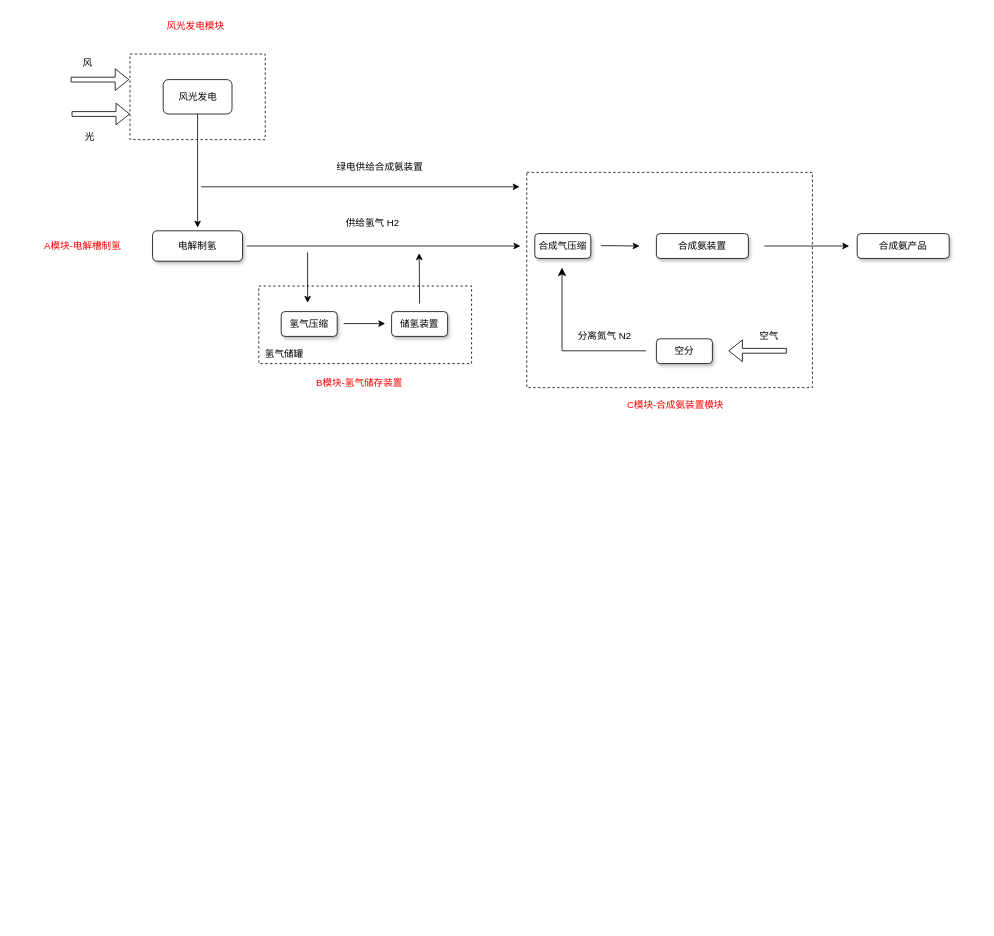
happycodejs/draw.io keeps this draw.io diagram as 绿氨生产.drawio. Above is the earlier version. Source tidied: cells renumbered, new cells numbered last; positions are measured from the earlier drawing's top-left corner, leaving out a move shared by most shapes. Both pictures are drawn from the tidied source at 80%, with x=0, y=0 at pixel (13, 14).
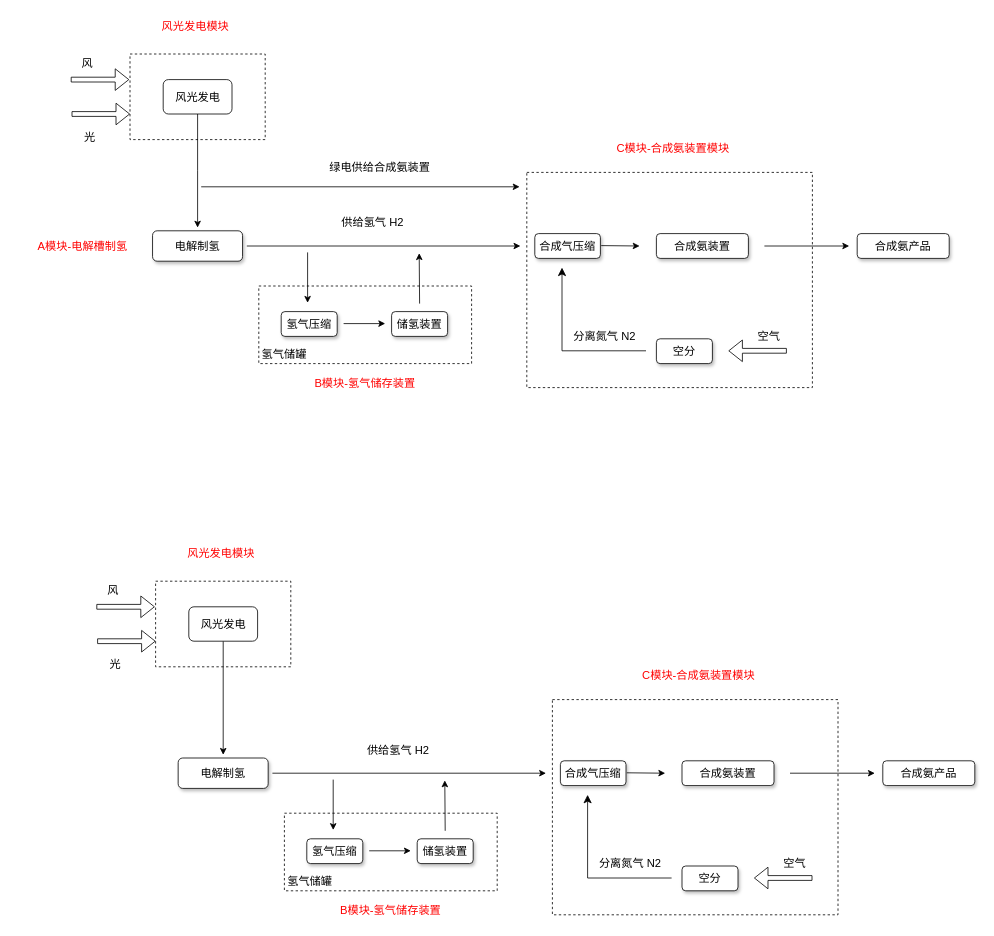
The same diagram, later.

Commit message (it also covers changes not shown here):
更新绿氨生产.drawio

Diff of the diagram source:
```diff
@@
-    <mxCell id="2" style="rounded=0;whiteSpace=wrap;html=1;fillColor=none;dashed=1;" parent="1" vertex="1">
+    <mxCell id="2" style="rounded=0;whiteSpace=wrap;html=1;fillColor=none;dashed=1;fontSize=14;" parent="1" vertex="1">
       <mxGeometry x="642" y="198" width="357" height="269" as="geometry" />
     </mxCell>
-    <mxCell id="3" style="rounded=0;whiteSpace=wrap;html=1;fillColor=none;dashed=1;" parent="1" vertex="1">
+    <mxCell id="3" style="rounded=0;whiteSpace=wrap;html=1;fillColor=none;dashed=1;fontSize=14;" parent="1" vertex="1">
       <mxGeometry x="307" y="340" width="266" height="97" as="geometry" />
     </mxCell>
-    <mxCell id="4" style="rounded=0;whiteSpace=wrap;html=1;fillColor=none;dashed=1;" parent="1" vertex="1">
+    <mxCell id="4" style="rounded=0;whiteSpace=wrap;html=1;fillColor=none;dashed=1;fontSize=14;" parent="1" vertex="1">
       <mxGeometry x="146" y="50" width="169" height="107" as="geometry" />
     </mxCell>
-    <mxCell id="5" style="edgeStyle=orthogonalEdgeStyle;rounded=0;jettySize=auto;html=1;" parent="1" edge="1" source="6">
+    <mxCell id="5" style="edgeStyle=orthogonalEdgeStyle;rounded=0;jettySize=auto;html=1;fontSize=14;" parent="1" edge="1" source="6">
       <mxGeometry relative="1" as="geometry">
         <mxPoint x="230.5" y="267" as="targetPoint" />
       </mxGeometry>
     </mxCell>
-    <mxCell id="6" value="风光发电" style="rounded=1;whiteSpace=wrap;html=1;" parent="1" vertex="1">
+    <mxCell id="6" value="风光发电" style="rounded=1;whiteSpace=wrap;html=1;fontSize=14;" parent="1" vertex="1">
       <mxGeometry x="187.5" y="82" width="86" height="43" as="geometry" />
     </mxCell>
-    <mxCell id="7" style="shape=flexArrow;endArrow=classic;html=1;rounded=0;width=6;endSize=5.33;" parent="1" edge="1">
+    <mxCell id="7" style="shape=flexArrow;endArrow=classic;html=1;rounded=0;width=6;endSize=5.33;fontSize=14;" parent="1" edge="1">
       <mxGeometry relative="1" as="geometry">
         <mxPoint x="72" y="82" as="sourcePoint" />
         <mxPoint x="145" y="82" as="targetPoint" />
       </mxGeometry>
     </mxCell>
-    <mxCell id="8" value="风" style="text;html=1;align=center;verticalAlign=middle;whiteSpace=wrap;rounded=0;" parent="1" vertex="1">
+    <mxCell id="8" value="风" style="text;html=1;align=center;verticalAlign=middle;whiteSpace=wrap;rounded=0;fontSize=14;" parent="1" vertex="1">
       <mxGeometry x="63" y="47" width="60" height="30" as="geometry" />
     </mxCell>
-    <mxCell id="9" style="shape=flexArrow;endArrow=classic;html=1;rounded=0;width=6;endSize=5.33;" parent="1" edge="1">
+    <mxCell id="9" style="shape=flexArrow;endArrow=classic;html=1;rounded=0;width=6;endSize=5.33;fontSize=14;" parent="1" edge="1">
       <mxGeometry relative="1" as="geometry">
         <mxPoint x="73" y="125" as="sourcePoint" />
         <mxPoint x="146" y="125" as="targetPoint" />
       </mxGeometry>
     </mxCell>
-    <mxCell id="10" value="光" style="text;html=1;align=center;verticalAlign=middle;whiteSpace=wrap;rounded=0;" parent="1" vertex="1">
+    <mxCell id="10" value="光" style="text;html=1;align=center;verticalAlign=middle;whiteSpace=wrap;rounded=0;fontSize=14;" parent="1" vertex="1">
       <mxGeometry x="66" y="139" width="60" height="30" as="geometry" />
     </mxCell>
-    <mxCell id="11" value="电解制氢" style="rounded=1;whiteSpace=wrap;html=1;shadow=1;" parent="1" vertex="1">
+    <mxCell id="11" value="电解制氢" style="rounded=1;whiteSpace=wrap;html=1;shadow=1;fontSize=14;" parent="1" vertex="1">
       <mxGeometry x="174.2" y="271" width="112.5" height="38" as="geometry" />
     </mxCell>
-    <mxCell id="12" style="endArrow=classic;html=1;rounded=0;" parent="1" edge="1">
+    <mxCell id="12" style="endArrow=classic;html=1;rounded=0;fontSize=14;" parent="1" edge="1">
       <mxGeometry relative="1" as="geometry">
         <mxPoint x="292" y="290" as="sourcePoint" />
         <mxPoint x="634" y="290" as="targetPoint" />
       </mxGeometry>
     </mxCell>
-    <mxCell id="13" style="endArrow=classic;html=1;rounded=0;" parent="1" edge="1">
+    <mxCell id="13" style="endArrow=classic;html=1;rounded=0;fontSize=14;" parent="1" edge="1">
       <mxGeometry relative="1" as="geometry">
         <mxPoint x="368" y="298" as="sourcePoint" />
         <mxPoint x="368" y="361" as="targetPoint" />
       </mxGeometry>
     </mxCell>
-    <mxCell id="14" value="氢气压缩" style="rounded=1;whiteSpace=wrap;html=1;shadow=1;" parent="1" vertex="1">
+    <mxCell id="14" value="氢气压缩" style="rounded=1;whiteSpace=wrap;html=1;shadow=1;fontSize=14;" parent="1" vertex="1">
       <mxGeometry x="335" y="372" width="70" height="31" as="geometry" />
     </mxCell>
-    <mxCell id="15" value="储氢装置" style="rounded=1;whiteSpace=wrap;html=1;shadow=1;" parent="1" vertex="1">
+    <mxCell id="15" value="储氢装置" style="rounded=1;whiteSpace=wrap;html=1;shadow=1;fontSize=14;" parent="1" vertex="1">
       <mxGeometry x="473" y="372" width="70" height="31" as="geometry" />
     </mxCell>
-    <mxCell id="16" style="endArrow=classic;html=1;rounded=0;" parent="1" edge="1">
+    <mxCell id="16" style="endArrow=classic;html=1;rounded=0;fontSize=14;" parent="1" edge="1">
       <mxGeometry relative="1" as="geometry">
         <mxPoint x="413" y="387" as="sourcePoint" />
         <mxPoint x="465" y="387" as="targetPoint" />
       </mxGeometry>
     </mxCell>
-    <mxCell id="17" style="endArrow=classic;html=1;rounded=0;" parent="1" edge="1">
+    <mxCell id="17" style="endArrow=classic;html=1;rounded=0;fontSize=14;" parent="1" edge="1">
       <mxGeometry relative="1" as="geometry">
         <mxPoint x="508" y="362" as="sourcePoint" />
         <mxPoint x="507.5" y="299" as="targetPoint" />
       </mxGeometry>
     </mxCell>
-    <mxCell id="18" value="供给氢气 H2" style="text;html=1;align=center;verticalAlign=middle;whiteSpace=wrap;rounded=0;" parent="1" vertex="1">
+    <mxCell id="18" value="供给氢气 H2" style="text;html=1;align=center;verticalAlign=middle;whiteSpace=wrap;rounded=0;fontSize=14;" parent="1" vertex="1">
       <mxGeometry x="408" y="246" width="83" height="30" as="geometry" />
     </mxCell>
-    <mxCell id="19" value="氢气储罐" style="text;html=1;align=center;verticalAlign=middle;whiteSpace=wrap;rounded=0;" parent="1" vertex="1">
+    <mxCell id="19" value="氢气储罐" style="text;html=1;align=center;verticalAlign=middle;whiteSpace=wrap;rounded=0;fontSize=14;" parent="1" vertex="1">
       <mxGeometry x="309" y="410" width="60" height="30" as="geometry" />
     </mxCell>
-    <mxCell id="20" value="合成气压缩" style="rounded=1;whiteSpace=wrap;html=1;shadow=1;" parent="1" vertex="1">
-      <mxGeometry x="652" y="274.5" width="70" height="31" as="geometry" />
+    <mxCell id="20" value="合成气压缩" style="rounded=1;whiteSpace=wrap;html=1;shadow=1;fontSize=14;" parent="1" vertex="1">
+      <mxGeometry x="652" y="274.5" width="82" height="31" as="geometry" />
     </mxCell>
-    <mxCell id="21" style="endArrow=classic;html=1;rounded=0;" parent="1" edge="1">
+    <mxCell id="21" style="endArrow=classic;html=1;rounded=0;fontSize=14;" parent="1" edge="1">
       <mxGeometry relative="1" as="geometry">
         <mxPoint x="735" y="289.5" as="sourcePoint" />
         <mxPoint x="783" y="290" as="targetPoint" />
       </mxGeometry>
     </mxCell>
-    <mxCell id="22" value="合成氨装置" style="rounded=1;whiteSpace=wrap;html=1;shadow=1;" parent="1" vertex="1">
+    <mxCell id="22" value="合成氨装置" style="rounded=1;whiteSpace=wrap;html=1;shadow=1;fontSize=14;" parent="1" vertex="1">
       <mxGeometry x="804" y="274.5" width="115" height="31" as="geometry" />
     </mxCell>
-    <mxCell id="23" value="空分" style="rounded=1;whiteSpace=wrap;html=1;shadow=1;" parent="1" vertex="1">
+    <mxCell id="23" value="空分" style="rounded=1;whiteSpace=wrap;html=1;shadow=1;fontSize=14;" parent="1" vertex="1">
       <mxGeometry x="804" y="406" width="70" height="31" as="geometry" />
     </mxCell>
-    <mxCell id="24" style="shape=flexArrow;endArrow=classic;html=1;rounded=0;width=6;endSize=5.33;" parent="1" edge="1">
+    <mxCell id="24" style="shape=flexArrow;endArrow=classic;html=1;rounded=0;width=6;endSize=5.33;fontSize=14;" parent="1" edge="1">
       <mxGeometry relative="1" as="geometry">
         <mxPoint x="967" y="421" as="sourcePoint" />
         <mxPoint x="894" y="421" as="targetPoint" />
       </mxGeometry>
     </mxCell>
-    <mxCell id="25" value="空气" style="text;html=1;align=center;verticalAlign=middle;whiteSpace=wrap;rounded=0;" parent="1" vertex="1">
+    <mxCell id="25" value="空气" style="text;html=1;align=center;verticalAlign=middle;whiteSpace=wrap;rounded=0;fontSize=14;" parent="1" vertex="1">
       <mxGeometry x="915" y="388" width="60" height="30" as="geometry" />
     </mxCell>
-    <mxCell id="26" style="edgeStyle=segmentEdgeStyle;endArrow=classic;html=1;curved=0;rounded=0;endSize=8;startSize=8;" parent="1" edge="1">
+    <mxCell id="26" style="edgeStyle=segmentEdgeStyle;endArrow=classic;html=1;curved=0;rounded=0;endSize=8;startSize=8;fontSize=14;" parent="1" edge="1">
       <mxGeometry relative="1" as="geometry">
         <mxPoint x="791" y="421" as="sourcePoint" />
         <mxPoint x="686" y="317" as="targetPoint" />
       </mxGeometry>
     </mxCell>
-    <mxCell id="27" value="分离氮气 N2" style="text;html=1;align=center;verticalAlign=middle;whiteSpace=wrap;rounded=0;" parent="1" vertex="1">
+    <mxCell id="27" value="分离氮气 N2" style="text;html=1;align=center;verticalAlign=middle;whiteSpace=wrap;rounded=0;fontSize=14;" parent="1" vertex="1">
       <mxGeometry x="698" y="388" width="83" height="30" as="geometry" />
     </mxCell>
-    <mxCell id="28" style="endArrow=classic;html=1;rounded=0;" parent="1" edge="1">
+    <mxCell id="28" style="endArrow=classic;html=1;rounded=0;fontSize=14;" parent="1" edge="1">
       <mxGeometry relative="1" as="geometry">
         <mxPoint x="939" y="290" as="sourcePoint" />
         <mxPoint x="1045" y="290" as="targetPoint" />
       </mxGeometry>
     </mxCell>
-    <mxCell id="29" value="风光发电模块" style="text;html=1;align=center;verticalAlign=middle;whiteSpace=wrap;rounded=0;fontColor=#FF0000;" parent="1" vertex="1">
+    <mxCell id="29" value="风光发电模块" style="text;html=1;align=center;verticalAlign=middle;whiteSpace=wrap;rounded=0;fontColor=#FF0000;fontSize=14;" parent="1" vertex="1">
       <mxGeometry x="141" width="174" height="30" as="geometry" />
     </mxCell>
-    <mxCell id="30" style="endArrow=classic;html=1;rounded=0;" parent="1" edge="1">
+    <mxCell id="30" style="endArrow=classic;html=1;rounded=0;fontSize=14;" parent="1" edge="1">
       <mxGeometry relative="1" as="geometry">
         <mxPoint x="235" y="216" as="sourcePoint" />
         <mxPoint x="633" y="216" as="targetPoint" />
       </mxGeometry>
     </mxCell>
-    <mxCell id="31" value="绿电供给合成氨装置" style="text;html=1;align=center;verticalAlign=middle;whiteSpace=wrap;rounded=0;" parent="1" vertex="1">
+    <mxCell id="31" value="绿电供给合成氨装置" style="text;html=1;align=center;verticalAlign=middle;whiteSpace=wrap;rounded=0;fontSize=14;" parent="1" vertex="1">
       <mxGeometry x="367" y="177" width="183" height="30" as="geometry" />
     </mxCell>
-    <mxCell id="32" value="A模块-电解槽制氢" style="text;html=1;align=center;verticalAlign=middle;whiteSpace=wrap;rounded=0;fontColor=#FF0000;" parent="1" vertex="1">
+    <mxCell id="32" value="A模块-电解槽制氢" style="text;html=1;align=center;verticalAlign=middle;whiteSpace=wrap;rounded=0;fontColor=#FF0000;fontSize=14;" parent="1" vertex="1">
       <mxGeometry x="0.2" y="275" width="174" height="30" as="geometry" />
     </mxCell>
-    <mxCell id="33" value="B模块-氢气储存装置" style="text;html=1;align=center;verticalAlign=middle;whiteSpace=wrap;rounded=0;fontColor=#FF0000;" parent="1" vertex="1">
-      <mxGeometry x="346" y="447" width="174" height="30" as="geometry" />
+    <mxCell id="33" value="B模块-氢气储存装置" style="text;html=1;align=center;verticalAlign=middle;whiteSpace=wrap;rounded=0;fontColor=#FF0000;fontSize=14;" parent="1" vertex="1">
+      <mxGeometry x="353" y="447" width="174" height="30" as="geometry" />
     </mxCell>
-    <mxCell id="34" value="C模块-合成氨装置模块" style="text;html=1;align=center;verticalAlign=middle;whiteSpace=wrap;rounded=0;fontColor=#FF0000;" parent="1" vertex="1">
-      <mxGeometry x="741" y="474" width="174" height="30" as="geometry" />
+    <mxCell id="34" value="C模块-合成氨装置模块" style="text;html=1;align=center;verticalAlign=middle;whiteSpace=wrap;rounded=0;fontColor=#FF0000;fontSize=14;" parent="1" vertex="1">
+      <mxGeometry x="738" y="153" width="174" height="30" as="geometry" />
     </mxCell>
-    <mxCell id="35" value="合成氨产品" style="rounded=1;whiteSpace=wrap;html=1;shadow=1;" parent="1" vertex="1">
+    <mxCell id="35" value="合成氨产品" style="rounded=1;whiteSpace=wrap;html=1;shadow=1;fontSize=14;" parent="1" vertex="1">
       <mxGeometry x="1055" y="274.5" width="115" height="31" as="geometry" />
     </mxCell>
+    <mxCell id="36" style="rounded=0;whiteSpace=wrap;html=1;fillColor=none;dashed=1;fontSize=14;" parent="1" vertex="1">
+      <mxGeometry x="674" y="857" width="357" height="269" as="geometry" />
+    </mxCell>
+    <mxCell id="37" style="rounded=0;whiteSpace=wrap;html=1;fillColor=none;dashed=1;fontSize=14;" parent="1" vertex="1">
+      <mxGeometry x="339" y="999" width="266" height="97" as="geometry" />
+    </mxCell>
+    <mxCell id="38" style="rounded=0;whiteSpace=wrap;html=1;fillColor=none;dashed=1;fontSize=14;" parent="1" vertex="1">
+      <mxGeometry x="178" y="709" width="169" height="107" as="geometry" />
+    </mxCell>
+    <mxCell id="39" style="edgeStyle=orthogonalEdgeStyle;rounded=0;jettySize=auto;html=1;fontSize=14;" parent="1" edge="1" source="40">
+      <mxGeometry relative="1" as="geometry">
+        <mxPoint x="262.5" y="926" as="targetPoint" />
+      </mxGeometry>
+    </mxCell>
+    <mxCell id="40" value="风光发电" style="rounded=1;whiteSpace=wrap;html=1;fontSize=14;" parent="1" vertex="1">
+      <mxGeometry x="219.5" y="741" width="86" height="43" as="geometry" />
+    </mxCell>
+    <mxCell id="41" style="shape=flexArrow;endArrow=classic;html=1;rounded=0;width=6;endSize=5.33;fontSize=14;" parent="1" edge="1">
+      <mxGeometry relative="1" as="geometry">
+        <mxPoint x="104" y="741" as="sourcePoint" />
+        <mxPoint x="177" y="741" as="targetPoint" />
+      </mxGeometry>
+    </mxCell>
+    <mxCell id="42" value="风" style="text;html=1;align=center;verticalAlign=middle;whiteSpace=wrap;rounded=0;fontSize=14;" parent="1" vertex="1">
+      <mxGeometry x="95" y="706" width="60" height="30" as="geometry" />
+    </mxCell>
+    <mxCell id="43" style="shape=flexArrow;endArrow=classic;html=1;rounded=0;width=6;endSize=5.33;fontSize=14;" parent="1" edge="1">
+      <mxGeometry relative="1" as="geometry">
+        <mxPoint x="105" y="784" as="sourcePoint" />
+        <mxPoint x="178" y="784" as="targetPoint" />
+      </mxGeometry>
+    </mxCell>
+    <mxCell id="44" value="光" style="text;html=1;align=center;verticalAlign=middle;whiteSpace=wrap;rounded=0;fontSize=14;" parent="1" vertex="1">
+      <mxGeometry x="98" y="798" width="60" height="30" as="geometry" />
+    </mxCell>
+    <mxCell id="45" value="电解制氢" style="rounded=1;whiteSpace=wrap;html=1;shadow=1;fontSize=14;" parent="1" vertex="1">
+      <mxGeometry x="206.2" y="930" width="112.5" height="38" as="geometry" />
+    </mxCell>
+    <mxCell id="46" style="endArrow=classic;html=1;rounded=0;fontSize=14;" parent="1" edge="1">
+      <mxGeometry relative="1" as="geometry">
+        <mxPoint x="324" y="949" as="sourcePoint" />
+        <mxPoint x="666" y="949" as="targetPoint" />
+      </mxGeometry>
+    </mxCell>
+    <mxCell id="47" style="endArrow=classic;html=1;rounded=0;fontSize=14;" parent="1" edge="1">
+      <mxGeometry relative="1" as="geometry">
+        <mxPoint x="400" y="957" as="sourcePoint" />
+        <mxPoint x="400" y="1020" as="targetPoint" />
+      </mxGeometry>
+    </mxCell>
+    <mxCell id="48" value="氢气压缩" style="rounded=1;whiteSpace=wrap;html=1;shadow=1;fontSize=14;" parent="1" vertex="1">
+      <mxGeometry x="367" y="1031" width="70" height="31" as="geometry" />
+    </mxCell>
+    <mxCell id="49" value="储氢装置" style="rounded=1;whiteSpace=wrap;html=1;shadow=1;fontSize=14;" parent="1" vertex="1">
+      <mxGeometry x="505" y="1031" width="70" height="31" as="geometry" />
+    </mxCell>
+    <mxCell id="50" style="endArrow=classic;html=1;rounded=0;fontSize=14;" parent="1" edge="1">
+      <mxGeometry relative="1" as="geometry">
+        <mxPoint x="445" y="1046" as="sourcePoint" />
+        <mxPoint x="497" y="1046" as="targetPoint" />
+      </mxGeometry>
+    </mxCell>
+    <mxCell id="51" style="endArrow=classic;html=1;rounded=0;fontSize=14;" parent="1" edge="1">
+      <mxGeometry relative="1" as="geometry">
+        <mxPoint x="540" y="1021" as="sourcePoint" />
+        <mxPoint x="539.5" y="958" as="targetPoint" />
+      </mxGeometry>
+    </mxCell>
+    <mxCell id="52" value="供给氢气 H2" style="text;html=1;align=center;verticalAlign=middle;whiteSpace=wrap;rounded=0;fontSize=14;" parent="1" vertex="1">
+      <mxGeometry x="440" y="905" width="83" height="30" as="geometry" />
+    </mxCell>
+    <mxCell id="53" value="氢气储罐" style="text;html=1;align=center;verticalAlign=middle;whiteSpace=wrap;rounded=0;fontSize=14;" parent="1" vertex="1">
+      <mxGeometry x="341" y="1069" width="60" height="30" as="geometry" />
+    </mxCell>
+    <mxCell id="54" value="合成气压缩" style="rounded=1;whiteSpace=wrap;html=1;shadow=1;fontSize=14;" parent="1" vertex="1">
+      <mxGeometry x="684" y="933.5" width="82" height="31" as="geometry" />
+    </mxCell>
+    <mxCell id="55" style="endArrow=classic;html=1;rounded=0;fontSize=14;" parent="1" edge="1">
+      <mxGeometry relative="1" as="geometry">
+        <mxPoint x="767" y="948.5" as="sourcePoint" />
+        <mxPoint x="815" y="949" as="targetPoint" />
+      </mxGeometry>
+    </mxCell>
+    <mxCell id="56" value="合成氨装置" style="rounded=1;whiteSpace=wrap;html=1;shadow=1;fontSize=14;" parent="1" vertex="1">
+      <mxGeometry x="836" y="933.5" width="115" height="31" as="geometry" />
+    </mxCell>
+    <mxCell id="57" value="空分" style="rounded=1;whiteSpace=wrap;html=1;shadow=1;fontSize=14;" parent="1" vertex="1">
+      <mxGeometry x="836" y="1065" width="70" height="31" as="geometry" />
+    </mxCell>
+    <mxCell id="58" style="shape=flexArrow;endArrow=classic;html=1;rounded=0;width=6;endSize=5.33;fontSize=14;" parent="1" edge="1">
+      <mxGeometry relative="1" as="geometry">
+        <mxPoint x="999" y="1080" as="sourcePoint" />
+        <mxPoint x="926" y="1080" as="targetPoint" />
+      </mxGeometry>
+    </mxCell>
+    <mxCell id="59" value="空气" style="text;html=1;align=center;verticalAlign=middle;whiteSpace=wrap;rounded=0;fontSize=14;" parent="1" vertex="1">
+      <mxGeometry x="947" y="1047" width="60" height="30" as="geometry" />
+    </mxCell>
+    <mxCell id="60" style="edgeStyle=segmentEdgeStyle;endArrow=classic;html=1;curved=0;rounded=0;endSize=8;startSize=8;fontSize=14;" parent="1" edge="1">
+      <mxGeometry relative="1" as="geometry">
+        <mxPoint x="823" y="1080" as="sourcePoint" />
+        <mxPoint x="718" y="976" as="targetPoint" />
+      </mxGeometry>
+    </mxCell>
+    <mxCell id="61" value="分离氮气 N2" style="text;html=1;align=center;verticalAlign=middle;whiteSpace=wrap;rounded=0;fontSize=14;" parent="1" vertex="1">
+      <mxGeometry x="730" y="1047" width="83" height="30" as="geometry" />
+    </mxCell>
+    <mxCell id="62" style="endArrow=classic;html=1;rounded=0;fontSize=14;" parent="1" edge="1">
+      <mxGeometry relative="1" as="geometry">
+        <mxPoint x="971" y="949" as="sourcePoint" />
+        <mxPoint x="1077" y="949" as="targetPoint" />
+      </mxGeometry>
+    </mxCell>
+    <mxCell id="63" value="风光发电模块" style="text;html=1;align=center;verticalAlign=middle;whiteSpace=wrap;rounded=0;fontColor=#FF0000;fontSize=14;" parent="1" vertex="1">
+      <mxGeometry x="173" y="659" width="174" height="30" as="geometry" />
+    </mxCell>
+    <mxCell id="64" value="B模块-氢气储存装置" style="text;html=1;align=center;verticalAlign=middle;whiteSpace=wrap;rounded=0;fontColor=#FF0000;fontSize=14;" parent="1" vertex="1">
+      <mxGeometry x="385" y="1106" width="174" height="30" as="geometry" />
+    </mxCell>
+    <mxCell id="65" value="C模块-合成氨装置模块" style="text;html=1;align=center;verticalAlign=middle;whiteSpace=wrap;rounded=0;fontColor=#FF0000;fontSize=14;" parent="1" vertex="1">
+      <mxGeometry x="770" y="812" width="174" height="30" as="geometry" />
+    </mxCell>
+    <mxCell id="66" value="合成氨产品" style="rounded=1;whiteSpace=wrap;html=1;shadow=1;fontSize=14;" parent="1" vertex="1">
+      <mxGeometry x="1087" y="933.5" width="115" height="31" as="geometry" />
+    </mxCell>
```
